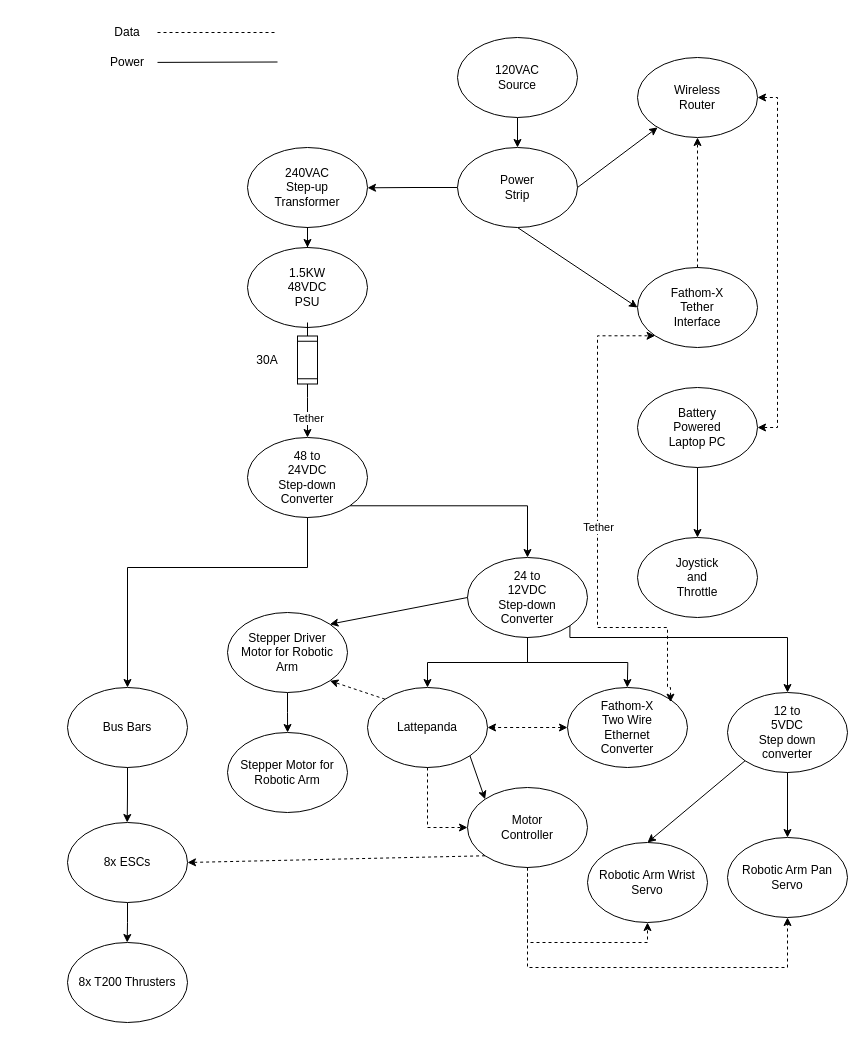
This is Untitled Diagram.drawio from markt006/MATEROVSIDS, a draw.io file, before an edit. Source tidied: cells renumbered, new cells numbered last; positions are measured from the earlier drawing's top-left corner, leaving out a move shared by most shapes. Both pictures are drawn from the tidied source at 100%, with x=0, y=0 at pixel (67, 17).
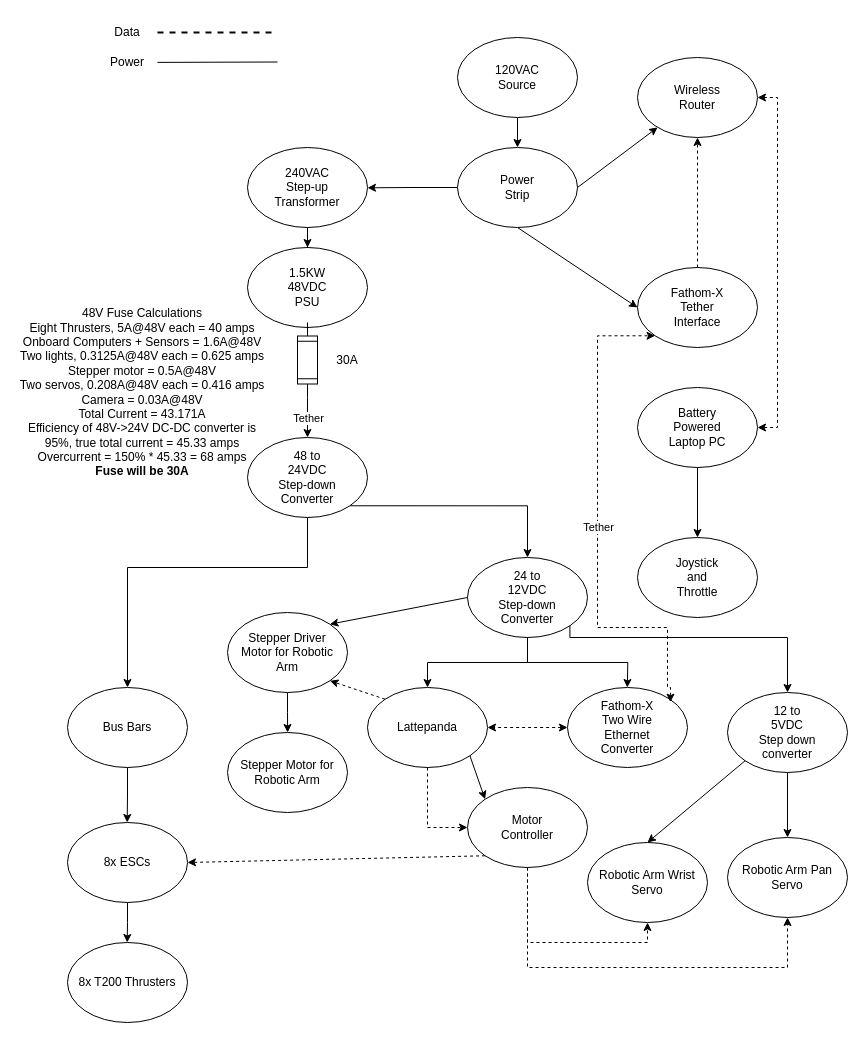
After the change.

Commit message:
Added fuse + calcs

The change refers to these unchanged cells:
```xml
<mxCell id="8" value="&lt;div&gt;Data&lt;/div&gt;" style="text;html=1;align=center;verticalAlign=middle;whiteSpace=wrap;rounded=0;" parent="1" vertex="1" collapsed="1">
  <mxGeometry x="30" width="60" height="30" as="geometry" />
</mxCell>
```

Diff of the diagram source:
```diff
@@
-    <mxCell id="7" style="endArrow=none;dashed=1;html=1;rounded=0;" parent="1" edge="1" source="8">
-      <mxGeometry relative="1" as="geometry">
-        <mxPoint x="210" y="15" as="targetPoint" />
-      </mxGeometry>
-    </mxCell>
@@
     <mxCell id="105" value="30A" style="text;html=1;align=center;verticalAlign=middle;whiteSpace=wrap;rounded=0;" parent="1" vertex="1" collapsed="1">
-      <mxGeometry x="170" y="328" width="60" height="30" as="geometry" />
+      <mxGeometry x="250" y="327.5" width="60" height="30" as="geometry" />
     </mxCell>
+    <mxCell id="106" value="&lt;div&gt;48V Fuse Calculations&lt;/div&gt;&lt;div&gt;Eight Thrusters, 5A@48V each = 40 amps&lt;/div&gt;&lt;div&gt;Onboard Computers + Sensors = 1.6A@48V&lt;br&gt;&lt;/div&gt;&lt;div&gt;Two lights, 0.3125A@48V each = 0.625 amps&lt;/div&gt;&lt;div&gt;Stepper motor = 0.5A@48V&lt;/div&gt;&lt;div&gt;Two servos, 0.208A@48V each = 0.416 amps&lt;/div&gt;&lt;div&gt;Camera = 0.03A@48V&lt;/div&gt;&lt;div&gt;Total Current = 43.171A&lt;/div&gt;&lt;div&gt;Efficiency of 48V-&amp;gt;24V DC-DC converter is 95%, true total current = 45.33 amps&lt;/div&gt;&lt;div&gt;Overcurrent = 150% * 45.33 = 68 amps&lt;/div&gt;&lt;div&gt;&lt;b&gt;Fuse will be 30A&lt;/b&gt;&lt;br&gt;&lt;/div&gt;" style="text;html=1;align=center;verticalAlign=middle;whiteSpace=wrap;rounded=0;" parent="1" vertex="1" collapsed="1">
+      <mxGeometry x="-50" y="290" width="250" height="170" as="geometry" />
+    </mxCell>
+    <mxCell id="107" style="endArrow=none;dashed=1;html=1;strokeWidth=2;rounded=0;exitX=1;exitY=0.5;exitDx=0;exitDy=0;" parent="1" edge="1" source="8">
+      <mxGeometry relative="1" as="geometry">
+        <mxPoint x="210" y="15" as="targetPoint" />
+      </mxGeometry>
+    </mxCell>
```
